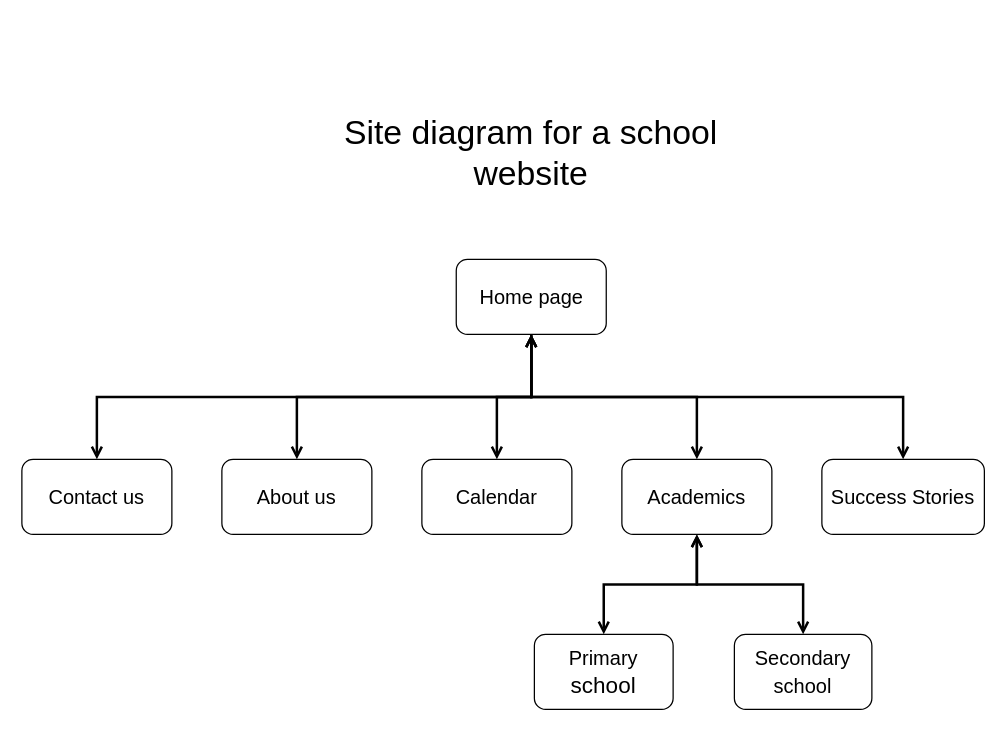
Before: design/site_diagram.drawio in sami-bre/UGR-0848-13, a draw.io diagram. Source tidied: cells renumbered, new cells numbered last; positions are measured from the earlier drawing's top-left corner, leaving out a move shared by most shapes. Both pictures are drawn from the tidied source at 125%, with x=0, y=0 at pixel (21, 109).
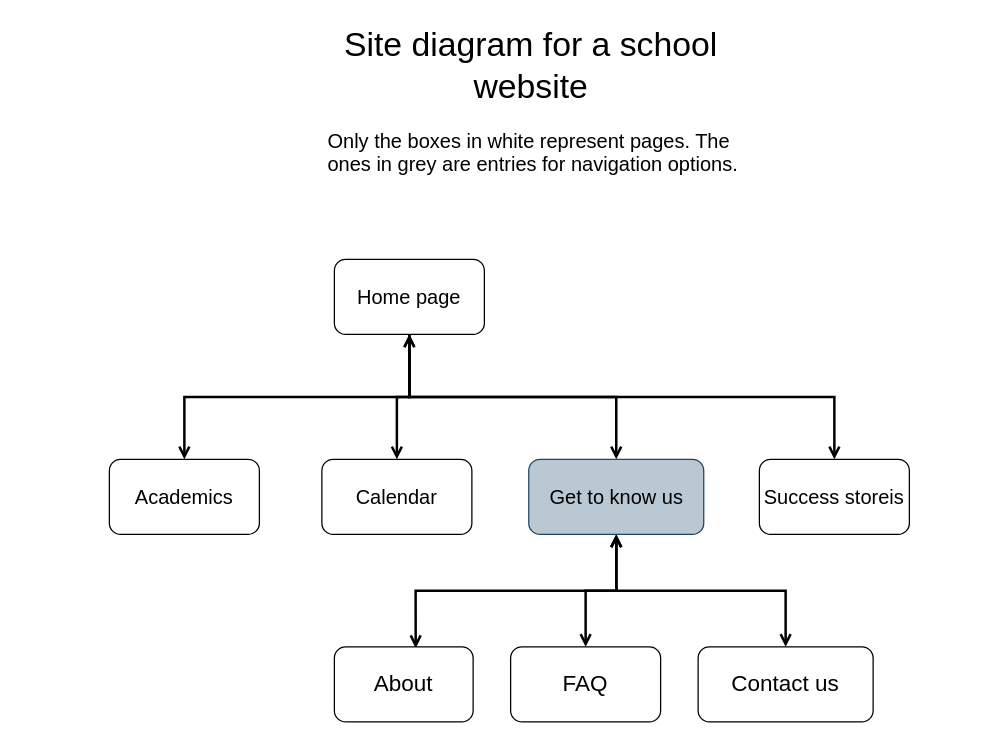
After the change.

The edit, as a diff of the source:
```diff
@@
 <mxGraphModel>
   <root>
     <mxCell id="0" />
     <mxCell id="1" parent="0" />
-    <mxCell id="2" value="&lt;font style=&quot;font-size: 16px;&quot;&gt;Contact us&lt;/font&gt;" style="rounded=1;whiteSpace=wrap;html=1;" parent="1" vertex="1">
-      <mxGeometry y="280" width="120" height="60" as="geometry" />
+    <mxCell id="2" value="&lt;font style=&quot;font-size: 16px;&quot;&gt;Academics&lt;/font&gt;" style="rounded=1;whiteSpace=wrap;html=1;" parent="1" vertex="1">
+      <mxGeometry x="70" y="280" width="120" height="60" as="geometry" />
     </mxCell>
-    <mxCell id="3" style="edgeStyle=orthogonalEdgeStyle;rounded=0;jettySize=auto;html=1;exitX=0.5;exitY=1;exitDx=0;exitDy=0;strokeWidth=2;fontSize=16;startArrow=open;startFill=0;endArrow=open;endFill=0;" parent="1" edge="1" source="8" target="13">
-      <mxGeometry relative="1" as="geometry" />
-    </mxCell>
+    <mxCell id="5" style="edgeStyle=orthogonalEdgeStyle;rounded=0;jettySize=auto;html=1;exitX=0.5;exitY=1;exitDx=0;exitDy=0;strokeWidth=2;fontSize=16;startArrow=open;startFill=0;endArrow=open;endFill=0;" parent="1" edge="1" source="8" target="2">
+      <mxGeometry relative="1" as="geometry" />
+    </mxCell>
+    <mxCell id="7" style="edgeStyle=orthogonalEdgeStyle;rounded=0;jettySize=auto;html=1;exitX=0.5;exitY=1;exitDx=0;exitDy=0;strokeWidth=2;fontSize=16;endArrow=open;endFill=0;" parent="1" edge="1" source="8" target="9">
+      <mxGeometry relative="1" as="geometry" />
+    </mxCell>
-    <mxCell id="4" style="edgeStyle=orthogonalEdgeStyle;rounded=0;jettySize=auto;html=1;strokeWidth=2;fontSize=16;startArrow=open;startFill=0;endArrow=open;endFill=0;" parent="1" edge="1" source="8" target="10">
+    <mxCell id="4" style="edgeStyle=orthogonalEdgeStyle;rounded=0;jettySize=auto;html=1;exitX=0.5;exitY=1;exitDx=0;exitDy=0;entryX=0.5;entryY=0;entryDx=0;entryDy=0;fontSize=16;strokeWidth=2;endArrow=open;endFill=0;" parent="1" edge="1" source="8" target="10">
       <mxGeometry relative="1" as="geometry" />
     </mxCell>
-    <mxCell id="5" style="edgeStyle=orthogonalEdgeStyle;rounded=0;jettySize=auto;html=1;exitX=0.5;exitY=1;exitDx=0;exitDy=0;strokeWidth=2;fontSize=16;startArrow=open;startFill=0;endArrow=open;endFill=0;" parent="1" edge="1" source="8" target="2">
-      <mxGeometry relative="1" as="geometry" />
-    </mxCell>
-    <mxCell id="6" style="edgeStyle=orthogonalEdgeStyle;rounded=0;jettySize=auto;html=1;exitX=0.5;exitY=1;exitDx=0;exitDy=0;fontSize=16;strokeWidth=2;endArrow=open;endFill=0;" parent="1" edge="1" source="8" target="17">
-      <mxGeometry relative="1" as="geometry" />
-    </mxCell>
-    <mxCell id="7" style="edgeStyle=orthogonalEdgeStyle;rounded=0;jettySize=auto;html=1;exitX=0.5;exitY=1;exitDx=0;exitDy=0;strokeWidth=2;fontSize=16;endArrow=open;endFill=0;" parent="1" edge="1" source="8" target="9">
-      <mxGeometry relative="1" as="geometry" />
-    </mxCell>
+    <mxCell id="18" style="edgeStyle=orthogonalEdgeStyle;rounded=0;jettySize=auto;html=1;exitX=0.5;exitY=1;exitDx=0;exitDy=0;strokeWidth=2;fontSize=16;startArrow=open;startFill=0;endArrow=open;endFill=0;" parent="1" edge="1" source="8" target="23">
+      <mxGeometry relative="1" as="geometry" />
+    </mxCell>
     <mxCell id="8" value="&lt;font style=&quot;font-size: 16px;&quot;&gt;Home page&lt;/font&gt;" style="rounded=1;whiteSpace=wrap;html=1;" parent="1" vertex="1">
-      <mxGeometry x="347.5" y="120" width="120" height="60" as="geometry" />
+      <mxGeometry x="250" y="120" width="120" height="60" as="geometry" />
     </mxCell>
-    <mxCell id="9" value="&lt;font style=&quot;font-size: 16px;&quot;&gt;About us&lt;/font&gt;" style="rounded=1;whiteSpace=wrap;html=1;" parent="1" vertex="1">
-      <mxGeometry x="160" y="280" width="120" height="60" as="geometry" />
+    <mxCell id="9" value="&lt;font style=&quot;font-size: 16px;&quot;&gt;Calendar&lt;/font&gt;" style="rounded=1;whiteSpace=wrap;html=1;" parent="1" vertex="1">
+      <mxGeometry x="240" y="280" width="120" height="60" as="geometry" />
     </mxCell>
+    <mxCell id="19" style="edgeStyle=orthogonalEdgeStyle;rounded=0;jettySize=auto;html=1;exitX=0.5;exitY=1;exitDx=0;exitDy=0;entryX=0.586;entryY=0.017;entryDx=0;entryDy=0;entryPerimeter=0;strokeWidth=2;fontSize=16;endArrow=open;endFill=0;startArrow=open;startFill=0;" parent="1" edge="1" source="10" target="14">
+      <mxGeometry relative="1" as="geometry" />
+    </mxCell>
+    <mxCell id="20" style="edgeStyle=orthogonalEdgeStyle;rounded=0;jettySize=auto;html=1;exitX=0.5;exitY=1;exitDx=0;exitDy=0;strokeWidth=2;fontSize=16;startArrow=open;startFill=0;endArrow=open;endFill=0;" parent="1" edge="1" source="10" target="15">
+      <mxGeometry relative="1" as="geometry" />
+    </mxCell>
+    <mxCell id="21" style="edgeStyle=orthogonalEdgeStyle;rounded=0;jettySize=auto;html=1;exitX=0.5;exitY=1;exitDx=0;exitDy=0;strokeWidth=2;fontSize=16;startArrow=open;startFill=0;endArrow=open;endFill=0;" parent="1" edge="1" source="10" target="22">
+      <mxGeometry relative="1" as="geometry" />
+    </mxCell>
-    <mxCell id="10" value="&lt;font style=&quot;font-size: 16px;&quot;&gt;Calendar&lt;/font&gt;" style="rounded=1;whiteSpace=wrap;html=1;" parent="1" vertex="1">
-      <mxGeometry x="320" y="280" width="120" height="60" as="geometry" />
+    <mxCell id="10" value="&lt;font style=&quot;font-size: 16px;&quot;&gt;Get to know us&lt;/font&gt;" style="rounded=1;whiteSpace=wrap;html=1;fillColor=#bac8d3;strokeColor=#23445d;" parent="1" vertex="1">
+      <mxGeometry x="405.5" y="280" width="140" height="60" as="geometry" />
     </mxCell>
-    <mxCell id="11" style="edgeStyle=orthogonalEdgeStyle;rounded=0;jettySize=auto;html=1;entryX=0.5;entryY=0;entryDx=0;entryDy=0;fontSize=16;strokeWidth=2;endArrow=open;endFill=0;startArrow=open;startFill=0;" parent="1" edge="1" source="13" target="14">
-      <mxGeometry relative="1" as="geometry" />
-    </mxCell>
-    <mxCell id="12" style="edgeStyle=orthogonalEdgeStyle;rounded=0;jettySize=auto;html=1;exitX=0.5;exitY=1;exitDx=0;exitDy=0;fontSize=16;strokeWidth=2;endArrow=open;endFill=0;startArrow=open;startFill=0;" parent="1" edge="1" source="13" target="15">
-      <mxGeometry relative="1" as="geometry" />
-    </mxCell>
-    <mxCell id="13" value="&lt;font style=&quot;font-size: 16px;&quot;&gt;Academics&lt;/font&gt;" style="rounded=1;whiteSpace=wrap;html=1;" parent="1" vertex="1">
-      <mxGeometry x="480" y="280" width="120" height="60" as="geometry" />
-    </mxCell>
-    <mxCell id="14" value="&lt;font style=&quot;font-size: 16px;&quot;&gt;Primary&lt;/font&gt; school" style="rounded=1;whiteSpace=wrap;html=1;fontSize=18;" parent="1" vertex="1">
-      <mxGeometry x="410" y="420" width="111" height="60" as="geometry" />
+    <mxCell id="14" value="About" style="rounded=1;whiteSpace=wrap;html=1;fontSize=18;" parent="1" vertex="1">
+      <mxGeometry x="250" y="430" width="111" height="60" as="geometry" />
     </mxCell>
-    <mxCell id="15" value="&lt;font style=&quot;font-size: 16px;&quot;&gt;Secondary school&lt;/font&gt;" style="rounded=1;whiteSpace=wrap;html=1;fontSize=18;" parent="1" vertex="1">
-      <mxGeometry x="570" y="420" width="110" height="60" as="geometry" />
+    <mxCell id="15" value="FAQ" style="rounded=1;whiteSpace=wrap;html=1;fontSize=18;" parent="1" vertex="1">
+      <mxGeometry x="391" y="430" width="120" height="60" as="geometry" />
     </mxCell>
     <mxCell id="16" value="&lt;font style=&quot;font-size: 27px;&quot;&gt;Site diagram for a school website &lt;/font&gt;" style="text;html=1;strokeColor=none;fillColor=none;align=center;verticalAlign=middle;whiteSpace=wrap;rounded=0;fontSize=16;" parent="1" vertex="1">
-      <mxGeometry x="240" width="335" height="70" as="geometry" />
+      <mxGeometry x="240" y="-70" width="335" height="70" as="geometry" />
     </mxCell>
-    <mxCell id="17" value="&lt;font style=&quot;font-size: 16px;&quot;&gt;Success Stories&lt;/font&gt;" style="rounded=1;whiteSpace=wrap;html=1;" parent="1" vertex="1">
-      <mxGeometry x="640" y="280" width="130" height="60" as="geometry" />
-    </mxCell>
+    <mxCell id="22" value="Contact us" style="rounded=1;whiteSpace=wrap;html=1;fontSize=18;" parent="1" vertex="1">
+      <mxGeometry x="541" y="430" width="140" height="60" as="geometry" />
+    </mxCell>
+    <mxCell id="23" value="&lt;font style=&quot;font-size: 16px;&quot;&gt;Success storeis&lt;/font&gt;" style="rounded=1;whiteSpace=wrap;html=1;" parent="1" vertex="1">
+      <mxGeometry x="590" y="280" width="120" height="60" as="geometry" />
+    </mxCell>
+    <mxCell id="24" value="&lt;p&gt;Only the boxes in white represent pages. The ones in grey are entries for navigation options.&lt;br&gt;&lt;/p&gt;" style="text;html=1;strokeColor=none;fillColor=none;spacing=5;spacingTop=-20;whiteSpace=wrap;overflow=hidden;rounded=0;fontSize=16;" parent="1" vertex="1">
+      <mxGeometry x="240" y="10" width="340" height="60" as="geometry" />
+    </mxCell>
   </root>
 </mxGraphModel>
```
